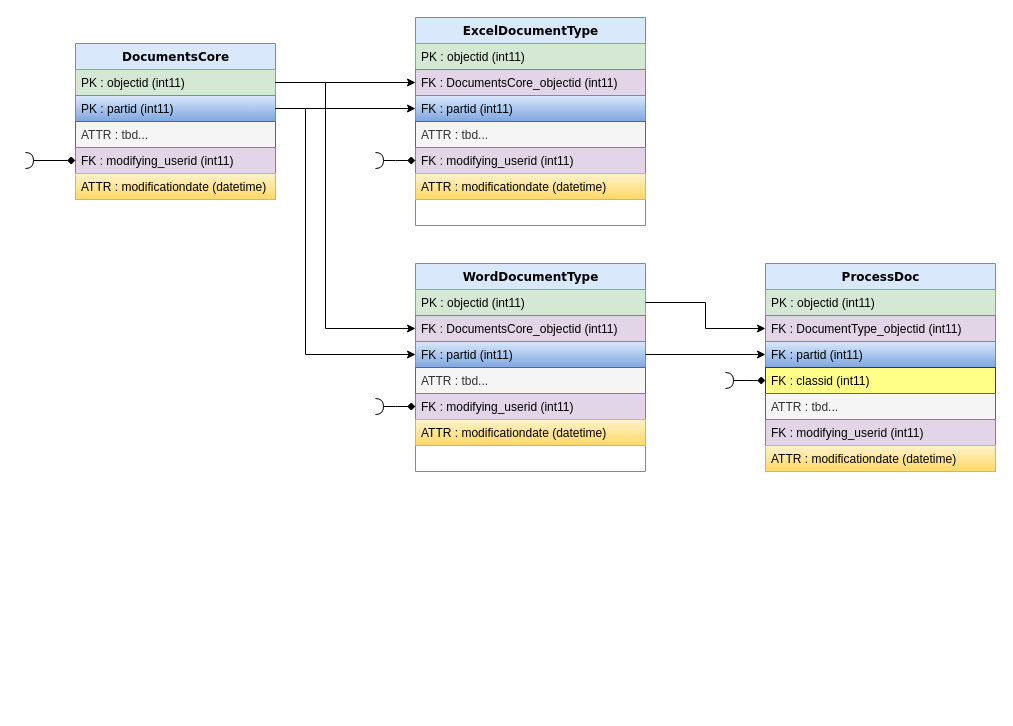
This is page "Documents" (1 of 3) of DocumentControl.drawio from CatiaWidgets/Drawio, a draw.io file, before an edit. Source tidied: cells renumbered, new cells numbered last; positions are measured from the earlier drawing's top-left corner, leaving out a move shared by most shapes. Both pictures are drawn from the tidied source at 100%, with x=0, y=0 at pixel (25, 17).
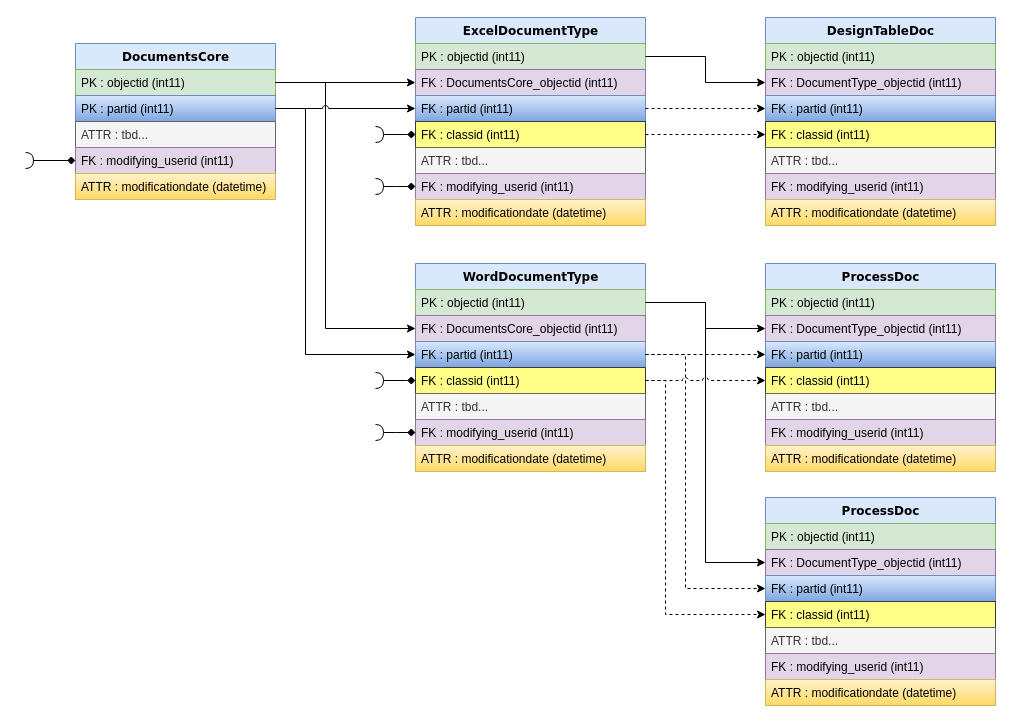
The same diagram, later.

The change refers to these unchanged cells:
```xml
<mxCell id="3" value="PK : objectid (int11)" style="text;html=1;strokeColor=#82b366;fillColor=#d5e8d4;align=left;verticalAlign=top;spacingLeft=4;spacingRight=4;whiteSpace=wrap;overflow=hidden;points=[[0,0.5],[1,0.5]];portConstraint=eastwest;" parent="2" vertex="1">
  <mxGeometry y="26" width="200" height="26" as="geometry" />
</mxCell>
<mxCell id="4" value="PK : partid (int11)" style="text;html=1;strokeColor=#6c8ebf;fillColor=#dae8fc;align=left;verticalAlign=top;spacingLeft=4;spacingRight=4;whiteSpace=wrap;overflow=hidden;points=[[0,0.5],[1,0.5]];portConstraint=eastwest;gradientColor=#7ea6e0;" parent="2" vertex="1">
  <mxGeometry y="52" width="200" height="26" as="geometry" />
</mxCell>
<mxCell id="8" value="WordDocumentType" style="swimlane;html=1;fontStyle=1;align=center;verticalAlign=top;horizontal=1;startSize=26;swimlaneFillColor=#ffffff;rounded=0;shadow=0;comic=0;labelBackgroundColor=none;strokeWidth=1;fillColor=#dae8fc;fontFamily=Verdana;fontSize=12;strokeColor=#6c8ebf;" parent="1" vertex="1">
  <mxGeometry x="390" y="246" width="230" height="208" as="geometry" />
</mxCell>
<mxCell id="9" value="PK : objectid (int11)" style="text;html=1;strokeColor=#82b366;fillColor=#d5e8d4;align=left;verticalAlign=top;spacingLeft=4;spacingRight=4;whiteSpace=wrap;overflow=hidden;points=[[0,0.5],[1,0.5]];portConstraint=eastwest;" parent="8" vertex="1">
  <mxGeometry y="26" width="230" height="26" as="geometry" />
</mxCell>
<mxCell id="10" value="FK : DocumentsCore_objectid (int11)" style="text;html=1;strokeColor=#9673a6;fillColor=#e1d5e7;align=left;verticalAlign=top;spacingLeft=4;spacingRight=4;whiteSpace=wrap;overflow=hidden;points=[[0,0.5],[1,0.5]];portConstraint=eastwest;" parent="8" vertex="1">
  <mxGeometry y="52" width="230" height="26" as="geometry" />
</mxCell>
<mxCell id="11" value="FK : partid (int11)" style="text;html=1;strokeColor=#6c8ebf;fillColor=#dae8fc;align=left;verticalAlign=top;spacingLeft=4;spacingRight=4;whiteSpace=wrap;overflow=hidden;points=[[0,0.5],[1,0.5]];portConstraint=eastwest;gradientColor=#7ea6e0;" parent="8" vertex="1">
  <mxGeometry y="78" width="230" height="26" as="geometry" />
</mxCell>
<mxCell id="19" value="ExcelDocumentType" style="swimlane;html=1;fontStyle=1;align=center;verticalAlign=top;horizontal=1;startSize=26;swimlaneFillColor=#ffffff;rounded=0;shadow=0;comic=0;labelBackgroundColor=none;strokeWidth=1;fillColor=#dae8fc;fontFamily=Verdana;fontSize=12;strokeColor=#6c8ebf;" parent="1" vertex="1">
  <mxGeometry x="390" width="230" height="208" as="geometry" />
</mxCell>
<mxCell id="20" value="PK : objectid (int11)" style="text;html=1;strokeColor=#82b366;fillColor=#d5e8d4;align=left;verticalAlign=top;spacingLeft=4;spacingRight=4;whiteSpace=wrap;overflow=hidden;points=[[0,0.5],[1,0.5]];portConstraint=eastwest;" parent="19" vertex="1">
  <mxGeometry y="26" width="230" height="26" as="geometry" />
</mxCell>
<mxCell id="22" value="FK : partid (int11)" style="text;html=1;strokeColor=#6c8ebf;fillColor=#dae8fc;align=left;verticalAlign=top;spacingLeft=4;spacingRight=4;whiteSpace=wrap;overflow=hidden;points=[[0,0.5],[1,0.5]];portConstraint=eastwest;gradientColor=#7ea6e0;" parent="19" vertex="1">
  <mxGeometry y="78" width="230" height="26" as="geometry" />
</mxCell>
<mxCell id="32" value="FK : partid (int11)" style="text;html=1;strokeColor=#6c8ebf;fillColor=#dae8fc;align=left;verticalAlign=top;spacingLeft=4;spacingRight=4;whiteSpace=wrap;overflow=hidden;points=[[0,0.5],[1,0.5]];portConstraint=eastwest;gradientColor=#7ea6e0;" parent="29" vertex="1">
  <mxGeometry y="78" width="230" height="26" as="geometry" />
</mxCell>
<mxCell id="33" value="FK : classid (int11) " style="text;align=left;verticalAlign=top;spacingLeft=4;spacingRight=4;overflow=hidden;points=[[0,0.5],[1,0.5]];portConstraint=eastwest;fillColor=#ffff88;strokeColor=#36393d;" parent="29" vertex="1">
  <mxGeometry y="104" width="230" height="26" as="geometry" />
</mxCell>
```

Diff of the diagram source:
```diff
@@
+    <mxCell id="40" value="FK : classid (int11) " style="text;align=left;verticalAlign=top;spacingLeft=4;spacingRight=4;overflow=hidden;points=[[0,0.5],[1,0.5]];portConstraint=eastwest;fillColor=#ffff88;strokeColor=#36393d;" parent="8" vertex="1">
+      <mxGeometry y="104" width="230" height="26" as="geometry" />
+    </mxCell>
     <mxCell id="12" value="ATTR : tbd... " style="text;align=left;verticalAlign=top;spacingLeft=4;spacingRight=4;overflow=hidden;fillColor=#f5f5f5;strokeColor=#666666;fontColor=#333333;" parent="8" vertex="1">
-      <mxGeometry y="104" width="230" height="26" as="geometry" />
+      <mxGeometry y="130" width="230" height="26" as="geometry" />
     </mxCell>
     <mxCell id="13" value="FK : modifying_userid (int11)" style="text;html=1;strokeColor=#9673a6;fillColor=#e1d5e7;align=left;verticalAlign=top;spacingLeft=4;spacingRight=4;whiteSpace=wrap;overflow=hidden;points=[[0,0.5],[1,0.5]];portConstraint=eastwest;" parent="8" vertex="1">
-      <mxGeometry y="130" width="230" height="26" as="geometry" />
+      <mxGeometry y="156" width="230" height="26" as="geometry" />
     </mxCell>
     <mxCell id="14" value="ATTR : modificationdate (datetime)" style="text;html=1;strokeColor=#d6b656;fillColor=#fff2cc;align=left;verticalAlign=top;spacingLeft=4;spacingRight=4;whiteSpace=wrap;overflow=hidden;gradientColor=#ffd966;" parent="8" vertex="1">
-      <mxGeometry y="156" width="230" height="26" as="geometry" />
+      <mxGeometry y="182" width="230" height="26" as="geometry" />
     </mxCell>
@@
-    <mxCell id="16" style="edgeStyle=orthogonalEdgeStyle;rounded=0;jettySize=auto;html=1;entryX=0;entryY=0.5;entryDx=0;entryDy=0;" parent="1" edge="1" source="3" target="10">
+    <mxCell id="16" style="edgeStyle=orthogonalEdgeStyle;rounded=0;jettySize=auto;html=1;entryX=0;entryY=0.5;entryDx=0;entryDy=0;jumpStyle=arc;" parent="1" edge="1" source="3" target="10">
       <mxGeometry relative="1" as="geometry">
         <Array as="points">
           <mxPoint x="300" y="65" />
           <mxPoint x="300" y="311" />
         </Array>
       </mxGeometry>
     </mxCell>
@@
     <mxCell id="18" style="edgeStyle=orthogonalEdgeStyle;rounded=0;jettySize=auto;html=1;startArrow=diamond;startFill=1;endArrow=halfCircle;endFill=0;" parent="1" edge="1" source="13">
       <mxGeometry relative="1" as="geometry">
-        <mxPoint x="350" y="389" as="targetPoint" />
+        <mxPoint x="350" y="415" as="targetPoint" />
       </mxGeometry>
     </mxCell>
@@
+    <mxCell id="41" value="FK : classid (int11) " style="text;align=left;verticalAlign=top;spacingLeft=4;spacingRight=4;overflow=hidden;points=[[0,0.5],[1,0.5]];portConstraint=eastwest;fillColor=#ffff88;strokeColor=#36393d;" parent="19" vertex="1">
+      <mxGeometry y="104" width="230" height="26" as="geometry" />
+    </mxCell>
     <mxCell id="23" value="ATTR : tbd... " style="text;align=left;verticalAlign=top;spacingLeft=4;spacingRight=4;overflow=hidden;fillColor=#f5f5f5;strokeColor=#666666;fontColor=#333333;" parent="19" vertex="1">
-      <mxGeometry y="104" width="230" height="26" as="geometry" />
+      <mxGeometry y="130" width="230" height="26" as="geometry" />
     </mxCell>
     <mxCell id="24" value="FK : modifying_userid (int11)" style="text;html=1;strokeColor=#9673a6;fillColor=#e1d5e7;align=left;verticalAlign=top;spacingLeft=4;spacingRight=4;whiteSpace=wrap;overflow=hidden;points=[[0,0.5],[1,0.5]];portConstraint=eastwest;" parent="19" vertex="1">
-      <mxGeometry y="130" width="230" height="26" as="geometry" />
+      <mxGeometry y="156" width="230" height="26" as="geometry" />
     </mxCell>
     <mxCell id="25" value="ATTR : modificationdate (datetime)" style="text;html=1;strokeColor=#d6b656;fillColor=#fff2cc;align=left;verticalAlign=top;spacingLeft=4;spacingRight=4;whiteSpace=wrap;overflow=hidden;gradientColor=#ffd966;" parent="19" vertex="1">
-      <mxGeometry y="156" width="230" height="26" as="geometry" />
+      <mxGeometry y="182" width="230" height="26" as="geometry" />
     </mxCell>
     <mxCell id="26" style="edgeStyle=orthogonalEdgeStyle;rounded=0;jettySize=auto;html=1;startArrow=diamond;startFill=1;endArrow=halfCircle;endFill=0;" parent="1" edge="1" source="24">
       <mxGeometry relative="1" as="geometry">
-        <mxPoint x="350" y="143" as="targetPoint" />
+        <mxPoint x="350" y="169" as="targetPoint" />
       </mxGeometry>
     </mxCell>
@@
-    <mxCell id="28" style="edgeStyle=orthogonalEdgeStyle;rounded=0;jettySize=auto;html=1;entryX=0;entryY=0.5;entryDx=0;entryDy=0;startArrow=none;startFill=0;endArrow=classic;endFill=1;" parent="1" edge="1" source="4" target="22">
+    <mxCell id="28" style="edgeStyle=orthogonalEdgeStyle;rounded=0;jettySize=auto;html=1;entryX=0;entryY=0.5;entryDx=0;entryDy=0;startArrow=none;startFill=0;endArrow=classic;endFill=1;jumpStyle=arc;" parent="1" edge="1" source="4" target="22">
       <mxGeometry relative="1" as="geometry" />
     </mxCell>
@@
-    <mxCell id="38" style="edgeStyle=orthogonalEdgeStyle;rounded=0;jettySize=auto;html=1;entryX=0;entryY=0.5;entryDx=0;entryDy=0;startArrow=none;startFill=0;endArrow=classic;endFill=1;" parent="1" edge="1" source="11" target="32">
+    <mxCell id="38" style="edgeStyle=orthogonalEdgeStyle;rounded=0;jettySize=auto;html=1;entryX=0;entryY=0.5;entryDx=0;entryDy=0;startArrow=none;startFill=0;endArrow=classic;endFill=1;dashed=1;" parent="1" edge="1" source="11" target="32">
       <mxGeometry relative="1" as="geometry" />
     </mxCell>
-    <mxCell id="39" style="edgeStyle=orthogonalEdgeStyle;rounded=0;jettySize=auto;html=1;startArrow=diamond;startFill=1;endArrow=halfCircle;endFill=0;exitX=0;exitY=0.5;exitDx=0;exitDy=0;" parent="1" edge="1" source="33">
-      <mxGeometry relative="1" as="geometry">
-        <mxPoint x="700" y="363" as="targetPoint" />
-      </mxGeometry>
-    </mxCell>
+    <mxCell id="42" value="DesignTableDoc" style="swimlane;html=1;fontStyle=1;align=center;verticalAlign=top;horizontal=1;startSize=26;swimlaneFillColor=#ffffff;rounded=0;shadow=0;comic=0;labelBackgroundColor=none;strokeWidth=1;fillColor=#dae8fc;fontFamily=Verdana;fontSize=12;strokeColor=#6c8ebf;" parent="1" vertex="1">
+      <mxGeometry x="740" width="230" height="208" as="geometry" />
+    </mxCell>
+    <mxCell id="43" value="PK : objectid (int11)" style="text;html=1;strokeColor=#82b366;fillColor=#d5e8d4;align=left;verticalAlign=top;spacingLeft=4;spacingRight=4;whiteSpace=wrap;overflow=hidden;" parent="42" vertex="1">
+      <mxGeometry y="26" width="230" height="26" as="geometry" />
+    </mxCell>
+    <mxCell id="44" value="FK : DocumentType_objectid (int11)" style="text;html=1;strokeColor=#9673a6;fillColor=#e1d5e7;align=left;verticalAlign=top;spacingLeft=4;spacingRight=4;whiteSpace=wrap;overflow=hidden;points=[[0,0.5],[1,0.5]];portConstraint=eastwest;" parent="42" vertex="1">
+      <mxGeometry y="52" width="230" height="26" as="geometry" />
+    </mxCell>
+    <mxCell id="45" value="FK : partid (int11)" style="text;html=1;strokeColor=#6c8ebf;fillColor=#dae8fc;align=left;verticalAlign=top;spacingLeft=4;spacingRight=4;whiteSpace=wrap;overflow=hidden;points=[[0,0.5],[1,0.5]];portConstraint=eastwest;gradientColor=#7ea6e0;" parent="42" vertex="1">
+      <mxGeometry y="78" width="230" height="26" as="geometry" />
+    </mxCell>
+    <mxCell id="46" value="FK : classid (int11) " style="text;align=left;verticalAlign=top;spacingLeft=4;spacingRight=4;overflow=hidden;points=[[0,0.5],[1,0.5]];portConstraint=eastwest;fillColor=#ffff88;strokeColor=#36393d;" parent="42" vertex="1">
+      <mxGeometry y="104" width="230" height="26" as="geometry" />
+    </mxCell>
+    <mxCell id="47" value="ATTR : tbd... " style="text;align=left;verticalAlign=top;spacingLeft=4;spacingRight=4;overflow=hidden;fillColor=#f5f5f5;strokeColor=#666666;fontColor=#333333;" parent="42" vertex="1">
+      <mxGeometry y="130" width="230" height="26" as="geometry" />
+    </mxCell>
+    <mxCell id="48" value="FK : modifying_userid (int11)" style="text;html=1;strokeColor=#9673a6;fillColor=#e1d5e7;align=left;verticalAlign=top;spacingLeft=4;spacingRight=4;whiteSpace=wrap;overflow=hidden;" parent="42" vertex="1">
+      <mxGeometry y="156" width="230" height="26" as="geometry" />
+    </mxCell>
+    <mxCell id="49" value="ATTR : modificationdate (datetime)" style="text;html=1;strokeColor=#d6b656;fillColor=#fff2cc;align=left;verticalAlign=top;spacingLeft=4;spacingRight=4;whiteSpace=wrap;overflow=hidden;gradientColor=#ffd966;" parent="42" vertex="1">
+      <mxGeometry y="182" width="230" height="26" as="geometry" />
+    </mxCell>
+    <mxCell id="50" style="edgeStyle=orthogonalEdgeStyle;rounded=0;jettySize=auto;html=1;entryX=0;entryY=0.5;entryDx=0;entryDy=0;startArrow=none;startFill=0;endArrow=classic;endFill=1;" parent="1" edge="1" source="20" target="44">
+      <mxGeometry relative="1" as="geometry" />
+    </mxCell>
+    <mxCell id="51" style="edgeStyle=orthogonalEdgeStyle;rounded=0;jettySize=auto;html=1;startArrow=none;startFill=0;endArrow=classic;endFill=1;dashed=1;" parent="1" edge="1" source="22" target="45">
+      <mxGeometry relative="1" as="geometry" />
+    </mxCell>
+    <mxCell id="52" value="ProcessDoc" style="swimlane;html=1;fontStyle=1;align=center;verticalAlign=top;horizontal=1;startSize=26;swimlaneFillColor=#ffffff;rounded=0;shadow=0;comic=0;labelBackgroundColor=none;strokeWidth=1;fillColor=#dae8fc;fontFamily=Verdana;fontSize=12;strokeColor=#6c8ebf;" parent="1" vertex="1">
+      <mxGeometry x="740" y="480" width="230" height="208" as="geometry" />
+    </mxCell>
+    <mxCell id="53" value="PK : objectid (int11)" style="text;html=1;strokeColor=#82b366;fillColor=#d5e8d4;align=left;verticalAlign=top;spacingLeft=4;spacingRight=4;whiteSpace=wrap;overflow=hidden;" parent="52" vertex="1">
+      <mxGeometry y="26" width="230" height="26" as="geometry" />
+    </mxCell>
+    <mxCell id="54" value="FK : DocumentType_objectid (int11)" style="text;html=1;strokeColor=#9673a6;fillColor=#e1d5e7;align=left;verticalAlign=top;spacingLeft=4;spacingRight=4;whiteSpace=wrap;overflow=hidden;points=[[0,0.5],[1,0.5]];portConstraint=eastwest;" parent="52" vertex="1">
+      <mxGeometry y="52" width="230" height="26" as="geometry" />
+    </mxCell>
+    <mxCell id="55" value="FK : partid (int11)" style="text;html=1;strokeColor=#6c8ebf;fillColor=#dae8fc;align=left;verticalAlign=top;spacingLeft=4;spacingRight=4;whiteSpace=wrap;overflow=hidden;points=[[0,0.5],[1,0.5]];portConstraint=eastwest;gradientColor=#7ea6e0;" parent="52" vertex="1">
+      <mxGeometry y="78" width="230" height="26" as="geometry" />
+    </mxCell>
+    <mxCell id="56" value="FK : classid (int11) " style="text;align=left;verticalAlign=top;spacingLeft=4;spacingRight=4;overflow=hidden;points=[[0,0.5],[1,0.5]];portConstraint=eastwest;fillColor=#ffff88;strokeColor=#36393d;" parent="52" vertex="1">
+      <mxGeometry y="104" width="230" height="26" as="geometry" />
+    </mxCell>
+    <mxCell id="57" value="ATTR : tbd... " style="text;align=left;verticalAlign=top;spacingLeft=4;spacingRight=4;overflow=hidden;fillColor=#f5f5f5;strokeColor=#666666;fontColor=#333333;" parent="52" vertex="1">
+      <mxGeometry y="130" width="230" height="26" as="geometry" />
+    </mxCell>
+    <mxCell id="58" value="FK : modifying_userid (int11)" style="text;html=1;strokeColor=#9673a6;fillColor=#e1d5e7;align=left;verticalAlign=top;spacingLeft=4;spacingRight=4;whiteSpace=wrap;overflow=hidden;" parent="52" vertex="1">
+      <mxGeometry y="156" width="230" height="26" as="geometry" />
+    </mxCell>
+    <mxCell id="59" value="ATTR : modificationdate (datetime)" style="text;html=1;strokeColor=#d6b656;fillColor=#fff2cc;align=left;verticalAlign=top;spacingLeft=4;spacingRight=4;whiteSpace=wrap;overflow=hidden;gradientColor=#ffd966;" parent="52" vertex="1">
+      <mxGeometry y="182" width="230" height="26" as="geometry" />
+    </mxCell>
+    <mxCell id="60" style="edgeStyle=orthogonalEdgeStyle;rounded=0;jettySize=auto;html=1;entryX=0;entryY=0.5;entryDx=0;entryDy=0;startArrow=none;startFill=0;endArrow=classic;endFill=1;" parent="1" edge="1" source="9" target="54">
+      <mxGeometry relative="1" as="geometry" />
+    </mxCell>
+    <mxCell id="61" style="edgeStyle=orthogonalEdgeStyle;rounded=0;jettySize=auto;html=1;startArrow=none;startFill=0;endArrow=classic;endFill=1;dashed=1;" parent="1" edge="1" source="11" target="55">
+      <mxGeometry relative="1" as="geometry">
+        <Array as="points">
+          <mxPoint x="660" y="337" />
+          <mxPoint x="660" y="571" />
+        </Array>
+      </mxGeometry>
+    </mxCell>
+    <mxCell id="62" style="edgeStyle=orthogonalEdgeStyle;rounded=0;jettySize=auto;html=1;startArrow=diamond;startFill=1;endArrow=halfCircle;endFill=0;exitX=0;exitY=0.5;exitDx=0;exitDy=0;" parent="1" edge="1" source="41">
+      <mxGeometry relative="1" as="geometry">
+        <mxPoint x="350" y="117" as="targetPoint" />
+        <Array as="points">
+          <mxPoint x="380" y="117" />
+          <mxPoint x="380" y="117" />
+        </Array>
+      </mxGeometry>
+    </mxCell>
+    <mxCell id="63" style="edgeStyle=orthogonalEdgeStyle;rounded=0;jettySize=auto;html=1;entryX=0;entryY=0.5;entryDx=0;entryDy=0;dashed=1;startArrow=none;startFill=0;endArrow=classic;endFill=1;" parent="1" edge="1" source="41" target="46">
+      <mxGeometry relative="1" as="geometry" />
+    </mxCell>
+    <mxCell id="64" style="edgeStyle=orthogonalEdgeStyle;rounded=0;jettySize=auto;html=1;startArrow=diamond;startFill=1;endArrow=halfCircle;endFill=0;exitX=0;exitY=0.5;exitDx=0;exitDy=0;" parent="1" edge="1" source="40">
+      <mxGeometry relative="1" as="geometry">
+        <mxPoint x="350" y="363" as="targetPoint" />
+        <Array as="points">
+          <mxPoint x="380" y="363" />
+          <mxPoint x="380" y="363" />
+        </Array>
+      </mxGeometry>
+    </mxCell>
+    <mxCell id="65" style="edgeStyle=orthogonalEdgeStyle;rounded=0;jettySize=auto;html=1;entryX=0;entryY=0.5;entryDx=0;entryDy=0;dashed=1;startArrow=none;startFill=0;endArrow=classic;endFill=1;jumpStyle=arc;" parent="1" edge="1" source="40" target="33">
+      <mxGeometry relative="1" as="geometry" />
+    </mxCell>
+    <mxCell id="66" style="edgeStyle=orthogonalEdgeStyle;rounded=0;jumpStyle=arc;jettySize=auto;html=1;entryX=0;entryY=0.5;entryDx=0;entryDy=0;dashed=1;startArrow=none;startFill=0;endArrow=classic;endFill=1;" parent="1" edge="1" source="40" target="56">
+      <mxGeometry relative="1" as="geometry">
+        <Array as="points">
+          <mxPoint x="640" y="363" />
+          <mxPoint x="640" y="597" />
+        </Array>
+      </mxGeometry>
+    </mxCell>
```
